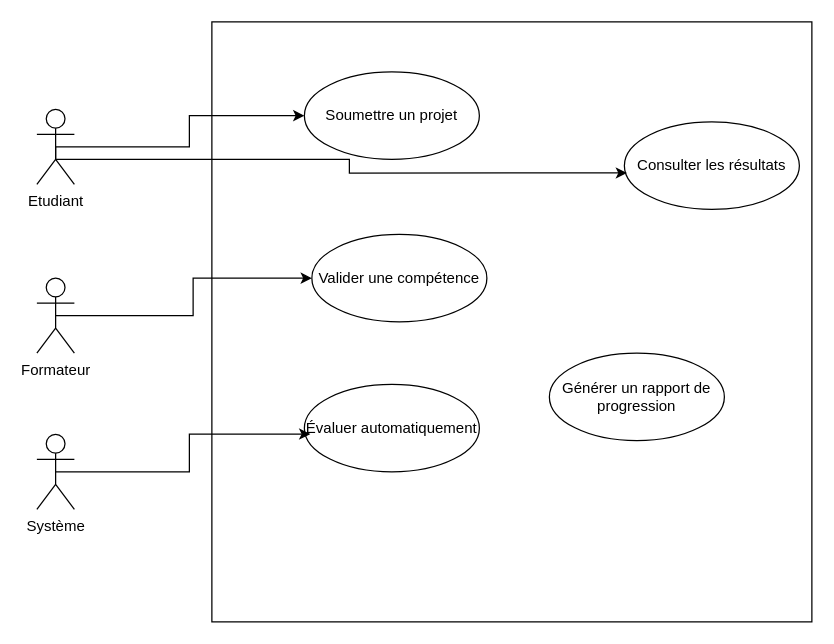
Earlier version of the draw.io diagram Calculatrice/ES PKFRC USE CASE Compétence évaluation.drawio (sngdtechnologies/Calculatrice). Source tidied: cells renumbered, new cells numbered last; positions are measured from the earlier drawing's top-left corner, leaving out a move shared by most shapes. Both pictures are drawn from the tidied source at 125%, with x=0, y=0 at pixel (36, 21).
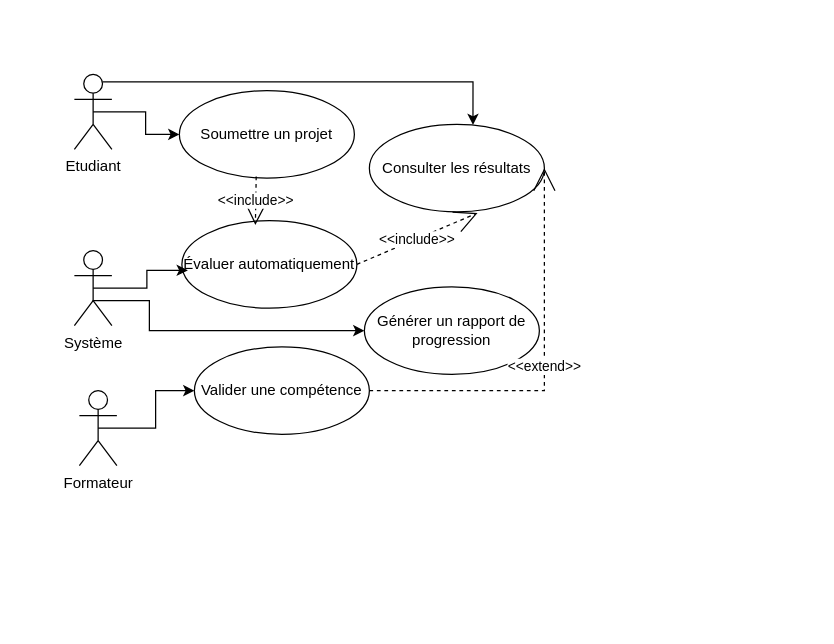
The same diagram, later.

Commit message:
Mettre à jour ES PKFRC USE CASE Compétence évaluation.drawio

What changed in the source:
```diff
@@
     <mxCell id="2" value="Etudiant" style="shape=umlActor;verticalLabelPosition=bottom;verticalAlign=top;html=1;" parent="1" vertex="1">
-      <mxGeometry y="70" width="30" height="60" as="geometry" />
+      <mxGeometry x="30" y="42" width="30" height="60" as="geometry" />
     </mxCell>
     <mxCell id="3" value="Système" style="shape=umlActor;verticalLabelPosition=bottom;verticalAlign=top;html=1;" parent="1" vertex="1">
-      <mxGeometry y="330" width="30" height="60" as="geometry" />
+      <mxGeometry x="30" y="183" width="30" height="60" as="geometry" />
     </mxCell>
     <mxCell id="4" value="Formateur" style="shape=umlActor;verticalLabelPosition=bottom;verticalAlign=top;html=1;" parent="1" vertex="1">
-      <mxGeometry y="205" width="30" height="60" as="geometry" />
+      <mxGeometry x="34" y="295" width="30" height="60" as="geometry" />
     </mxCell>
-    <mxCell id="5" style="whiteSpace=wrap;html=1;" parent="1" vertex="1">
-      <mxGeometry x="140" width="480" height="480" as="geometry" />
-    </mxCell>
     <mxCell id="6" value="Soumettre un projet" style="ellipse;whiteSpace=wrap;html=1;" parent="1" vertex="1">
-      <mxGeometry x="214" y="40" width="140" height="70" as="geometry" />
+      <mxGeometry x="114" y="55" width="140" height="70" as="geometry" />
     </mxCell>
     <mxCell id="7" value="Évaluer automatiquement" style="ellipse;whiteSpace=wrap;html=1;" parent="1" vertex="1">
-      <mxGeometry x="214" y="290" width="140" height="70" as="geometry" />
+      <mxGeometry x="116" y="159" width="140" height="70" as="geometry" />
     </mxCell>
     <mxCell id="8" value="Valider une compétence" style="ellipse;whiteSpace=wrap;html=1;" parent="1" vertex="1">
-      <mxGeometry x="220" y="170" width="140" height="70" as="geometry" />
+      <mxGeometry x="126" y="260" width="140" height="70" as="geometry" />
     </mxCell>
     <mxCell id="9" value="Consulter les résultats" style="ellipse;whiteSpace=wrap;html=1;" parent="1" vertex="1">
-      <mxGeometry x="470" y="80" width="140" height="70" as="geometry" />
+      <mxGeometry x="266" y="82" width="140" height="70" as="geometry" />
     </mxCell>
     <mxCell id="10" value="Générer un rapport de progression" style="ellipse;whiteSpace=wrap;html=1;" parent="1" vertex="1">
-      <mxGeometry x="410" y="265" width="140" height="70" as="geometry" />
+      <mxGeometry x="262" y="212" width="140" height="70" as="geometry" />
     </mxCell>
@@
+    <mxCell id="15" style="edgeStyle=orthogonalEdgeStyle;rounded=0;jettySize=auto;html=1;exitX=0.5;exitY=0.5;exitDx=0;exitDy=0;exitPerimeter=0;" parent="1" edge="1" target="10">
+      <mxGeometry relative="1" as="geometry">
+        <mxPoint x="44.5" y="223" as="sourcePoint" />
+        <Array as="points">
+          <mxPoint x="90" y="223" />
+          <mxPoint x="90" y="247" />
+        </Array>
+      </mxGeometry>
+    </mxCell>
-    <mxCell id="14" style="edgeStyle=orthogonalEdgeStyle;rounded=0;jettySize=auto;html=1;exitX=0.5;exitY=0.5;exitDx=0;exitDy=0;exitPerimeter=0;entryX=0.015;entryY=0.584;entryDx=0;entryDy=0;entryPerimeter=0;" parent="1" edge="1" source="2" target="9">
-      <mxGeometry relative="1" as="geometry">
-        <Array as="points">
-          <mxPoint x="15" y="110" />
-          <mxPoint x="250" y="110" />
-          <mxPoint x="250" y="121" />
-        </Array>
-      </mxGeometry>
+    <mxCell id="14" style="edgeStyle=orthogonalEdgeStyle;rounded=0;jettySize=auto;html=1;exitX=0.75;exitY=0.1;exitDx=0;exitDy=0;exitPerimeter=0;entryX=0.592;entryY=0.007;entryDx=0;entryDy=0;entryPerimeter=0;" parent="1" edge="1" source="2" target="9">
+      <mxGeometry relative="1" as="geometry" />
     </mxCell>
+    <mxCell id="16" value="&amp;lt;&amp;lt;include&amp;gt;&amp;gt;" style="endArrow=open;endSize=16;endFill=0;html=1;rounded=0;exitX=0.439;exitY=0.981;exitDx=0;exitDy=0;exitPerimeter=0;entryX=0.42;entryY=0.05;entryDx=0;entryDy=0;entryPerimeter=0;dashed=1;" parent="1" edge="1" source="6" target="7">
+      <mxGeometry relative="1" as="geometry" />
+    </mxCell>
+    <mxCell id="17" value="&amp;lt;&amp;lt;include&amp;gt;&amp;gt;" style="endArrow=open;endSize=16;endFill=0;html=1;rounded=0;entryX=0.618;entryY=1.013;entryDx=0;entryDy=0;entryPerimeter=0;exitX=1;exitY=0.5;exitDx=0;exitDy=0;dashed=1;" parent="1" edge="1" source="7" target="9">
+      <mxGeometry relative="1" as="geometry" />
+    </mxCell>
+    <mxCell id="18" value="&amp;lt;&amp;lt;extend&amp;gt;&amp;gt;" style="endArrow=open;endSize=16;endFill=0;html=1;rounded=0;exitX=1;exitY=0.5;exitDx=0;exitDy=0;entryX=1;entryY=0.5;entryDx=0;entryDy=0;dashed=1;" parent="1" edge="1" source="8" target="9">
+      <mxGeometry relative="1" as="geometry">
+        <Array as="points">
+          <mxPoint x="406" y="295" />
+        </Array>
+      </mxGeometry>
+    </mxCell>
```
